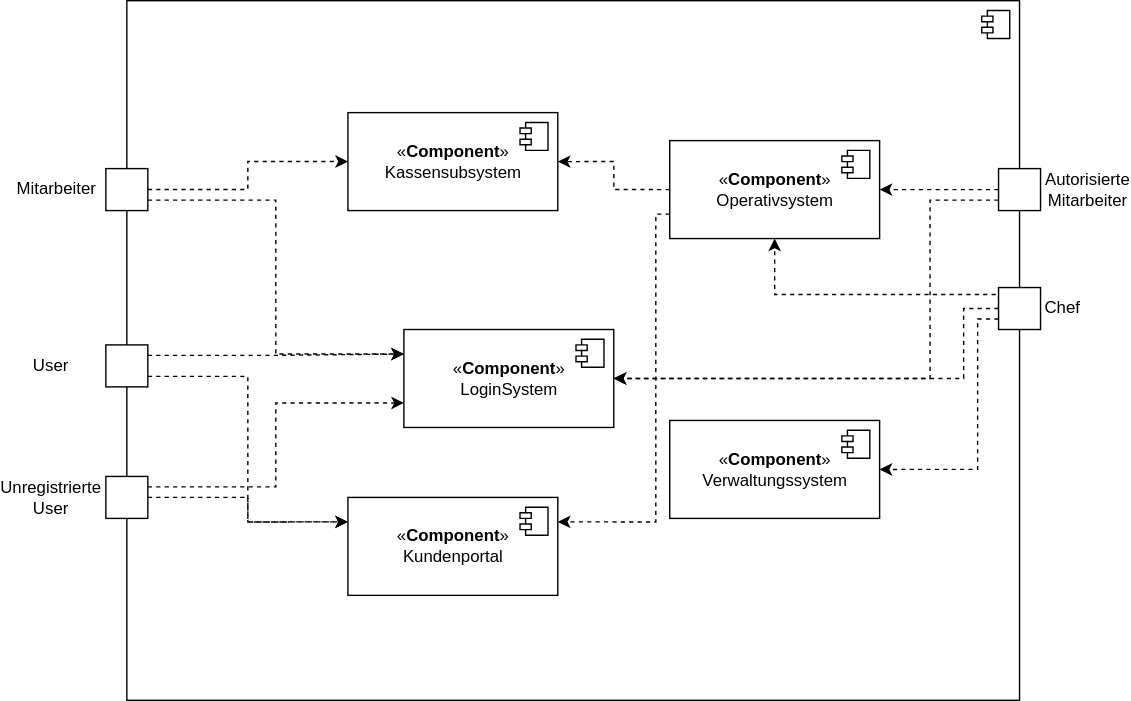
Leonard0108/Anwendungsprogrammierung keeps this draw.io diagram as src/main/asciidoc/models/analysis/Top-Level-Architektur/Top-Level-Architecture.svg. Above is the earlier version. Source tidied: cells renumbered, new cells last; positions are measured from the earlier drawing's top-left corner, leaving out a move shared by most shapes. The source it was exported from:
```xml
<mxGraphModel>
  <root>
    <mxCell id="0" />
    <mxCell id="1" parent="0" />
    <mxCell id="2" style="html=1;" parent="1" vertex="1">
      <mxGeometry x="84" width="638" height="500" as="geometry" />
    </mxCell>
    <mxCell id="3" style="shape=module;jettyWidth=8;jettyHeight=4;" parent="2" vertex="1">
      <mxGeometry x="1" width="20" height="20" relative="1" as="geometry">
        <mxPoint x="-27" y="7" as="offset" />
      </mxGeometry>
    </mxCell>
    <mxCell id="4" style="edgeStyle=orthogonalEdgeStyle;rounded=0;jettySize=auto;html=1;exitX=0;exitY=0.75;exitDx=0;exitDy=0;entryX=1;entryY=0.5;entryDx=0;entryDy=0;dashed=1;" parent="1" edge="1" source="7" target="31">
      <mxGeometry relative="1" as="geometry">
        <Array as="points">
          <mxPoint x="692" y="335" />
        </Array>
      </mxGeometry>
    </mxCell>
    <mxCell id="5" style="edgeStyle=orthogonalEdgeStyle;rounded=0;jettySize=auto;html=1;exitX=0;exitY=0.5;exitDx=0;exitDy=0;entryX=0.5;entryY=1;entryDx=0;entryDy=0;dashed=1;" parent="1" edge="1" source="7" target="23">
      <mxGeometry relative="1" as="geometry">
        <Array as="points">
          <mxPoint x="707" y="210" />
          <mxPoint x="547" y="210" />
        </Array>
      </mxGeometry>
    </mxCell>
    <mxCell id="6" style="edgeStyle=orthogonalEdgeStyle;rounded=0;jettySize=auto;html=1;exitX=0;exitY=0.5;exitDx=0;exitDy=0;entryX=1;entryY=0.5;entryDx=0;entryDy=0;dashed=1;" parent="1" edge="1" source="7" target="25">
      <mxGeometry relative="1" as="geometry">
        <Array as="points">
          <mxPoint x="682" y="220" />
          <mxPoint x="682" y="270" />
        </Array>
      </mxGeometry>
    </mxCell>
    <mxCell id="7" style="html=1;" parent="1" vertex="1">
      <mxGeometry x="707" y="205" width="30" height="30" as="geometry" />
    </mxCell>
    <mxCell id="8" style="edgeStyle=orthogonalEdgeStyle;rounded=0;jettySize=auto;html=1;exitX=1;exitY=0.5;exitDx=0;exitDy=0;dashed=1;entryX=0;entryY=0.25;entryDx=0;entryDy=0;" parent="1" edge="1" source="10" target="29">
      <mxGeometry relative="1" as="geometry" />
    </mxCell>
    <mxCell id="9" style="edgeStyle=orthogonalEdgeStyle;rounded=0;jettySize=auto;html=1;exitX=1;exitY=0.25;exitDx=0;exitDy=0;entryX=0;entryY=0.75;entryDx=0;entryDy=0;dashed=1;" parent="1" edge="1" source="10" target="25">
      <mxGeometry relative="1" as="geometry" />
    </mxCell>
    <mxCell id="10" style="html=1;" parent="1" vertex="1">
      <mxGeometry x="69" y="340" width="30" height="30" as="geometry" />
    </mxCell>
    <mxCell id="11" style="edgeStyle=orthogonalEdgeStyle;rounded=0;jettySize=auto;html=1;exitX=1;exitY=0.25;exitDx=0;exitDy=0;dashed=1;entryX=0;entryY=0.25;entryDx=0;entryDy=0;" parent="1" edge="1" source="13" target="25">
      <mxGeometry relative="1" as="geometry" />
    </mxCell>
    <mxCell id="12" style="edgeStyle=orthogonalEdgeStyle;rounded=0;jettySize=auto;html=1;exitX=1;exitY=0.75;exitDx=0;exitDy=0;entryX=0;entryY=0.25;entryDx=0;entryDy=0;dashed=1;" parent="1" edge="1" source="13" target="29">
      <mxGeometry relative="1" as="geometry" />
    </mxCell>
    <mxCell id="13" style="html=1;" parent="1" vertex="1">
      <mxGeometry x="69" y="246" width="30" height="30" as="geometry" />
    </mxCell>
    <mxCell id="14" style="edgeStyle=orthogonalEdgeStyle;rounded=0;jettySize=auto;html=1;exitX=0;exitY=0.5;exitDx=0;exitDy=0;entryX=1;entryY=0.5;entryDx=0;entryDy=0;dashed=1;" parent="1" edge="1" source="16" target="23">
      <mxGeometry relative="1" as="geometry" />
    </mxCell>
    <mxCell id="15" style="edgeStyle=orthogonalEdgeStyle;rounded=0;jettySize=auto;html=1;exitX=0;exitY=0.75;exitDx=0;exitDy=0;entryX=1;entryY=0.5;entryDx=0;entryDy=0;dashed=1;" parent="1" edge="1" source="16" target="25">
      <mxGeometry relative="1" as="geometry">
        <Array as="points">
          <mxPoint x="658" y="143" />
          <mxPoint x="658" y="270" />
        </Array>
      </mxGeometry>
    </mxCell>
    <mxCell id="16" style="html=1;" parent="1" vertex="1">
      <mxGeometry x="707" y="120" width="30" height="30" as="geometry" />
    </mxCell>
    <mxCell id="17" value="Chef" style="text;html=1;strokeColor=none;fillColor=none;align=center;verticalAlign=middle;whiteSpace=wrap;rounded=0;" parent="1" vertex="1">
      <mxGeometry x="738" y="205" width="30" height="30" as="geometry" />
    </mxCell>
    <mxCell id="18" value="Unregistrierte User" style="text;html=1;strokeColor=none;fillColor=none;align=center;verticalAlign=middle;whiteSpace=wrap;rounded=0;" parent="1" vertex="1">
      <mxGeometry y="340" width="60" height="30" as="geometry" />
    </mxCell>
    <mxCell id="19" value="User" style="text;html=1;strokeColor=none;fillColor=none;align=center;verticalAlign=middle;whiteSpace=wrap;rounded=0;" parent="1" vertex="1">
      <mxGeometry y="246" width="60" height="30" as="geometry" />
    </mxCell>
    <mxCell id="20" value="Autorisierte&lt;br&gt;Mitarbeiter" style="text;html=1;strokeColor=none;fillColor=none;align=center;verticalAlign=middle;whiteSpace=wrap;rounded=0;" parent="1" vertex="1">
      <mxGeometry x="741" y="120" width="60" height="30" as="geometry" />
    </mxCell>
    <mxCell id="21" style="edgeStyle=orthogonalEdgeStyle;rounded=0;jettySize=auto;html=1;exitX=0;exitY=0.5;exitDx=0;exitDy=0;entryX=1;entryY=0.5;entryDx=0;entryDy=0;dashed=1;" parent="1" edge="1" source="23" target="27">
      <mxGeometry relative="1" as="geometry" />
    </mxCell>
    <mxCell id="22" style="edgeStyle=orthogonalEdgeStyle;rounded=0;jettySize=auto;html=1;exitX=0;exitY=0.75;exitDx=0;exitDy=0;entryX=1;entryY=0.25;entryDx=0;entryDy=0;dashed=1;" parent="1" edge="1" source="23" target="29">
      <mxGeometry relative="1" as="geometry">
        <Array as="points">
          <mxPoint x="462" y="373" />
        </Array>
      </mxGeometry>
    </mxCell>
    <mxCell id="23" value="«&lt;b&gt;Component&lt;/b&gt;»&lt;br&gt;Operativsystem" style="html=1;" parent="1" vertex="1">
      <mxGeometry x="472" y="100" width="150" height="70" as="geometry" />
    </mxCell>
    <mxCell id="24" style="shape=module;jettyWidth=8;jettyHeight=4;" parent="23" vertex="1">
      <mxGeometry x="1" width="20" height="20" relative="1" as="geometry">
        <mxPoint x="-27" y="7" as="offset" />
      </mxGeometry>
    </mxCell>
    <mxCell id="25" value="«&lt;b&gt;Component&lt;/b&gt;»&lt;br&gt;LoginSystem" style="html=1;" parent="1" vertex="1">
      <mxGeometry x="282" y="235" width="150" height="70" as="geometry" />
    </mxCell>
    <mxCell id="26" style="shape=module;jettyWidth=8;jettyHeight=4;" parent="25" vertex="1">
      <mxGeometry x="1" width="20" height="20" relative="1" as="geometry">
        <mxPoint x="-27" y="7" as="offset" />
      </mxGeometry>
    </mxCell>
    <mxCell id="27" value="«&lt;b&gt;Component&lt;/b&gt;»&lt;br&gt;Kassensubsystem" style="html=1;" parent="1" vertex="1">
      <mxGeometry x="242" y="80" width="150" height="70" as="geometry" />
    </mxCell>
    <mxCell id="28" style="shape=module;jettyWidth=8;jettyHeight=4;" parent="27" vertex="1">
      <mxGeometry x="1" width="20" height="20" relative="1" as="geometry">
        <mxPoint x="-27" y="7" as="offset" />
      </mxGeometry>
    </mxCell>
    <mxCell id="29" value="«&lt;b&gt;Component&lt;/b&gt;»&lt;br&gt;Kundenportal" style="html=1;" parent="1" vertex="1">
      <mxGeometry x="242" y="355" width="150" height="70" as="geometry" />
    </mxCell>
    <mxCell id="30" style="shape=module;jettyWidth=8;jettyHeight=4;" parent="29" vertex="1">
      <mxGeometry x="1" width="20" height="20" relative="1" as="geometry">
        <mxPoint x="-27" y="7" as="offset" />
      </mxGeometry>
    </mxCell>
    <mxCell id="31" value="«&lt;b&gt;Component&lt;/b&gt;»&lt;br&gt;Verwaltungssystem" style="html=1;" parent="1" vertex="1">
      <mxGeometry x="472" y="300" width="150" height="70" as="geometry" />
    </mxCell>
    <mxCell id="32" style="shape=module;jettyWidth=8;jettyHeight=4;" parent="31" vertex="1">
      <mxGeometry x="1" width="20" height="20" relative="1" as="geometry">
        <mxPoint x="-27" y="7" as="offset" />
      </mxGeometry>
    </mxCell>
    <mxCell id="33" style="edgeStyle=orthogonalEdgeStyle;rounded=0;jettySize=auto;html=1;dashed=1;" parent="1" edge="1" source="35" target="27">
      <mxGeometry relative="1" as="geometry" />
    </mxCell>
    <mxCell id="34" style="edgeStyle=orthogonalEdgeStyle;rounded=0;jettySize=auto;html=1;exitX=1;exitY=0.75;exitDx=0;exitDy=0;entryX=0;entryY=0.25;entryDx=0;entryDy=0;dashed=1;" parent="1" edge="1" source="35" target="25">
      <mxGeometry relative="1" as="geometry" />
    </mxCell>
    <mxCell id="35" style="html=1;" parent="1" vertex="1">
      <mxGeometry x="69" y="120" width="30" height="30" as="geometry" />
    </mxCell>
    <mxCell id="36" value="Mitarbeiter" style="text;html=1;strokeColor=none;fillColor=none;align=center;verticalAlign=middle;whiteSpace=wrap;rounded=0;" parent="1" vertex="1">
      <mxGeometry x="4" y="120" width="60" height="30" as="geometry" />
    </mxCell>
  </root>
</mxGraphModel>
```
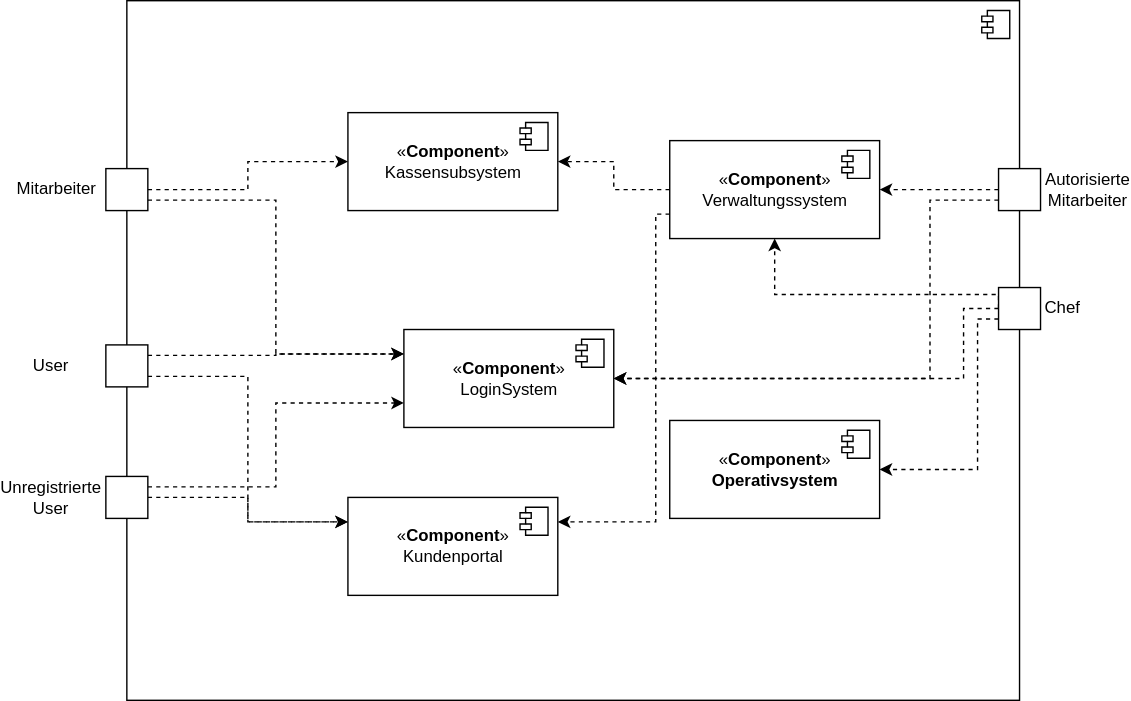
Later version of the same file.

Commit message:
Abschluss Top-Level-Diagramm

What changed in the source:
```diff
@@ -90,7 +90,7 @@
         </Array>
       </mxGeometry>
     </mxCell>
-    <mxCell id="23" value="«&lt;b&gt;Component&lt;/b&gt;»&lt;br&gt;Operativsystem" style="html=1;" parent="1" vertex="1">
+    <mxCell id="23" value="«&lt;b&gt;Component&lt;/b&gt;»&lt;br&gt;Verwaltungssystem" style="html=1;" parent="1" vertex="1">
       <mxGeometry x="472" y="100" width="150" height="70" as="geometry" />
     </mxCell>
     <mxCell id="24" style="shape=module;jettyWidth=8;jettyHeight=4;" parent="23" vertex="1">
@@ -122,7 +122,7 @@
         <mxPoint x="-27" y="7" as="offset" />
       </mxGeometry>
     </mxCell>
-    <mxCell id="31" value="«&lt;b&gt;Component&lt;/b&gt;»&lt;br&gt;Verwaltungssystem" style="html=1;" parent="1" vertex="1">
+    <mxCell id="31" value="«&lt;b&gt;Component&lt;/b&gt;»&lt;br&gt;&lt;b style=&quot;&quot;&gt;Operativsystem&lt;/b&gt;" style="html=1;" parent="1" vertex="1">
       <mxGeometry x="472" y="300" width="150" height="70" as="geometry" />
     </mxCell>
     <mxCell id="32" style="shape=module;jettyWidth=8;jettyHeight=4;" parent="31" vertex="1">
```
